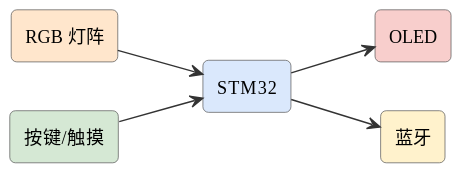
This is assets/diagrams/ideas-fig53.svg from mingyi0818/IntelligentMcuCourse, a PlantUML export, as it was before one commit.
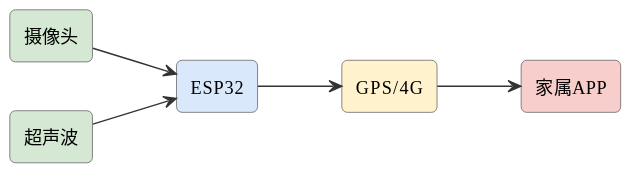
After the change.

Diff of the diagram source:
```diff
@@ -6,13 +6,13 @@
 skinparam arrowFontSize 11
 skinparam arrowColor #333
 left to right direction
-rectangle "RGB 灯阵" as led #ffe6cc
-rectangle "按键/触摸" as key #d5e8d4
-rectangle "STM32" as stm #dae8fc
-rectangle "OLED" as oled #f8cecc
-rectangle "蓝牙" as bt #fff2cc
-led --> stm
-key --> stm
-stm --> oled
-stm --> bt
+rectangle "摄像头" as cam #d5e8d4
+rectangle "超声波" as ult #d5e8d4
+rectangle "ESP32" as esp #dae8fc
+rectangle "GPS/4G" as gps #fff2cc
+rectangle "家属APP" as app #f8cecc
+cam --> esp
+ult --> esp
+esp --> gps
+gps --> app
 @enduml
```
